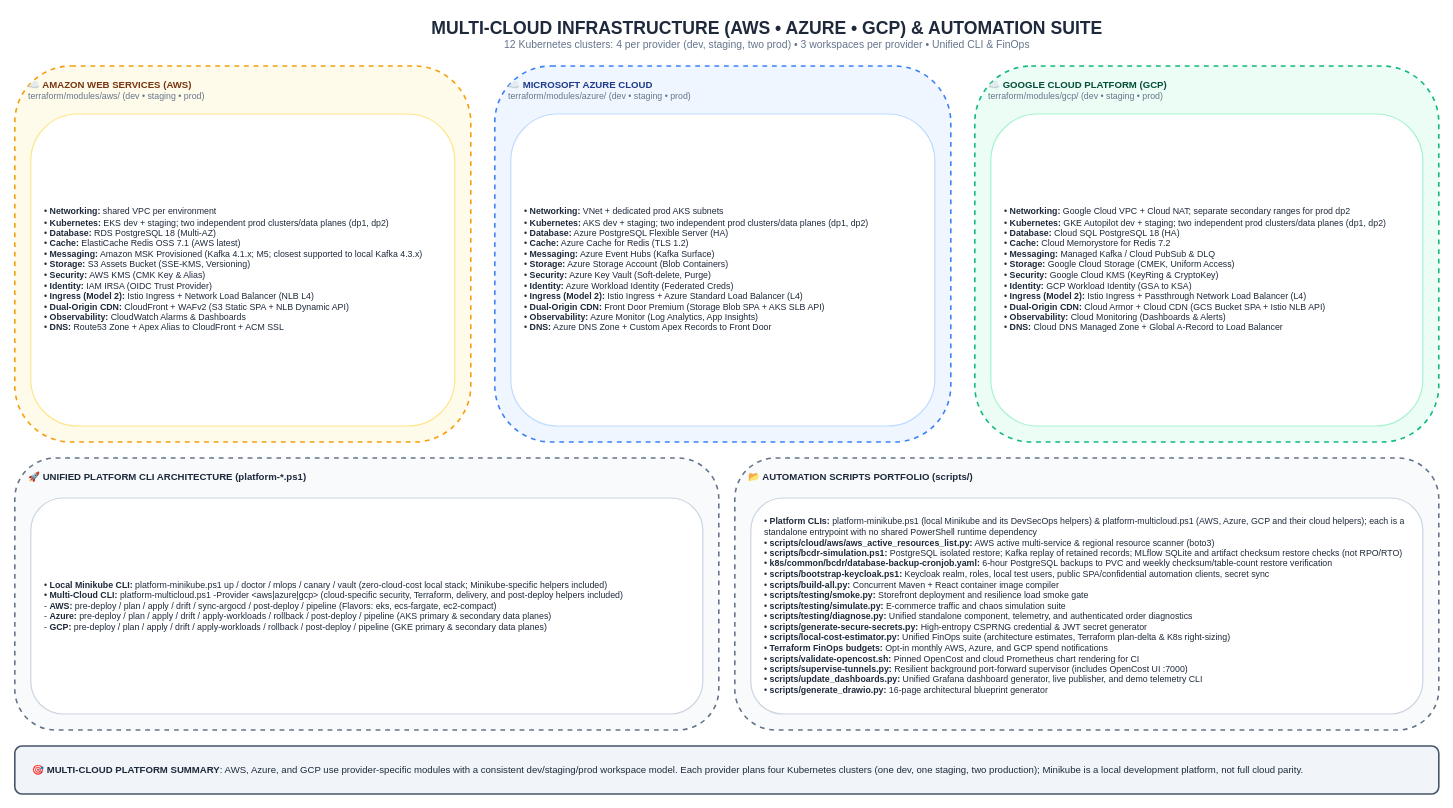
Earlier version of the draw.io diagram page "11. Multi-Cloud IaC & CLI Automation Suite" (11 of 16) of docs/Diagrams.drawio (GeorgeGxx/microservices-architecture). Source tidied: cells renumbered, new cells numbered last; positions are measured from the earlier drawing's top-left corner, leaving out a move shared by most shapes. Both pictures are drawn from the tidied source at 80%, with x=0, y=0 at pixel (14, 14).
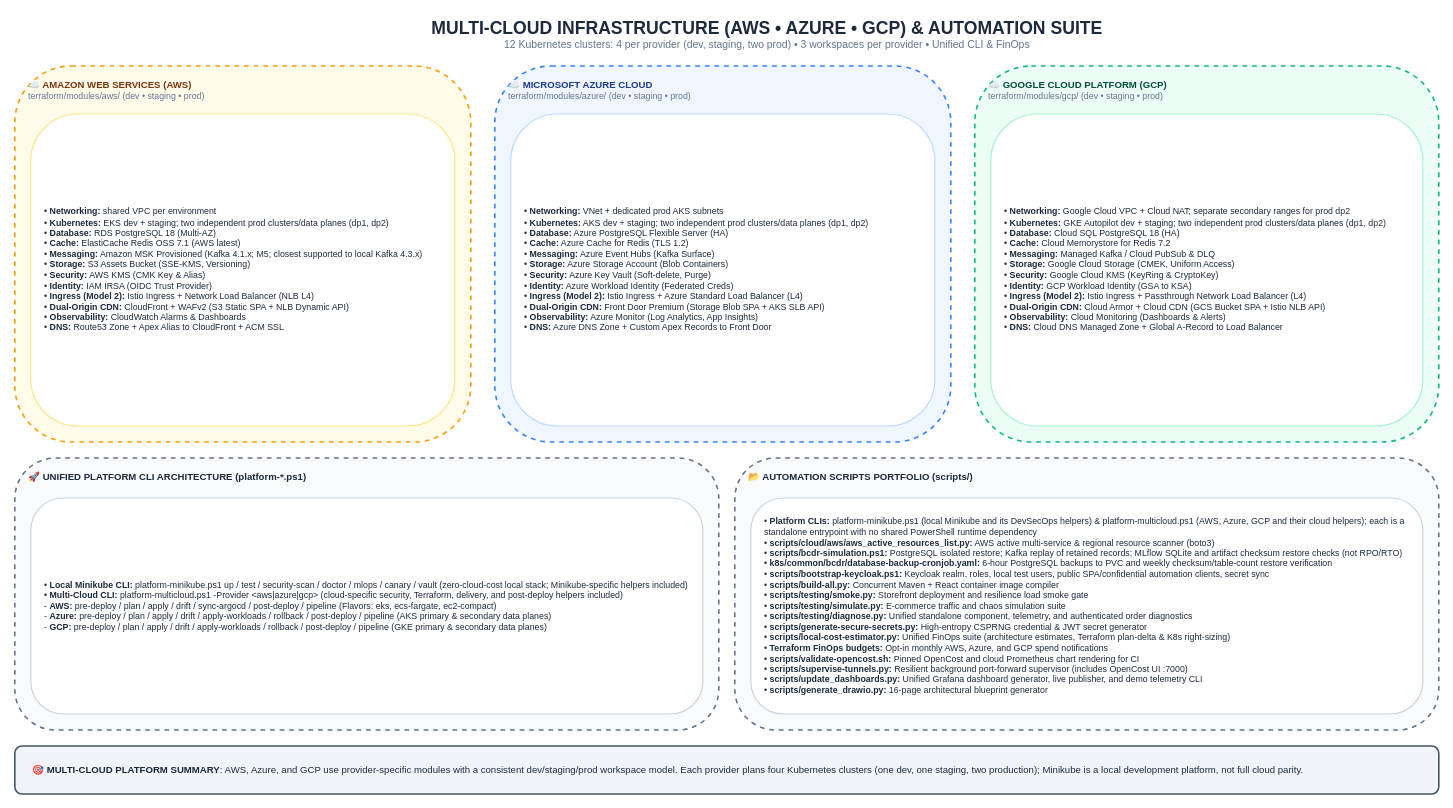
Above is the later version.

Commit message (it also covers changes not shown here):
fix(devsecops): unify gitleaks config, fix CI whitespace, sync docs, drawio and deps

Change to the diagram source:
```diff
@@
 <mxGraphModel>
   <root>
     <mxCell id="0" />
     <mxCell id="1" parent="0" />
     <mxCell id="2" value="&lt;b style='font-size:22px;color:#1E293B;'&gt;MULTI-CLOUD INFRASTRUCTURE (AWS • AZURE • GCP) &amp; AUTOMATION SUITE&lt;/b&gt;&lt;br&gt;&lt;span style='font-size:13px;color:#64748B;'&gt;12 Kubernetes clusters: 4 per provider (dev, staging, two prod) • 3 workspaces per provider • Unified CLI &amp; FinOps&lt;/span&gt;" style="text;html=1;align=center;verticalAlign=middle;rounded=0;" parent="1" vertex="1">
       <mxGeometry x="240" width="1400" height="50" as="geometry" />
     </mxCell>
     <mxCell id="3" value="&lt;b&gt;☁️ AMAZON WEB SERVICES (AWS)&lt;/b&gt;&lt;br&gt;&lt;span style='font-size:11px;color:#64748B;'&gt;terraform/modules/aws/ (dev • staging • prod)&lt;/span&gt;" style="rounded=1;whiteSpace=wrap;html=1;fillColor=#FFFBEB;strokeColor=#F59E0B;strokeWidth=2;verticalAlign=top;align=left;spacingLeft=15;spacingTop=10;fontColor=#78350F;fontSize=12;dashed=1;" parent="1" vertex="1">
       <mxGeometry y="65" width="570" height="470" as="geometry" />
     </mxCell>
     <mxCell id="4" value="• &lt;b&gt;Networking:&lt;/b&gt; shared VPC per environment&lt;br&gt;• &lt;b&gt;Kubernetes:&lt;/b&gt; EKS dev + staging; two independent prod clusters/data planes (dp1, dp2)&lt;br&gt;• &lt;b&gt;Database:&lt;/b&gt; RDS PostgreSQL 18 (Multi-AZ)&lt;br&gt;• &lt;b&gt;Cache:&lt;/b&gt; ElastiCache Redis OSS 7.1 (AWS latest)&lt;br&gt;• &lt;b&gt;Messaging:&lt;/b&gt; Amazon MSK Provisioned (Kafka 4.1.x; M5; closest supported to local Kafka 4.3.x)&lt;br&gt;• &lt;b&gt;Storage:&lt;/b&gt; S3 Assets Bucket (SSE-KMS, Versioning)&lt;br&gt;• &lt;b&gt;Security:&lt;/b&gt; AWS KMS (CMK Key &amp; Alias)&lt;br&gt;• &lt;b&gt;Identity:&lt;/b&gt; IAM IRSA (OIDC Trust Provider)&lt;br&gt;• &lt;b&gt;Ingress (Model 2):&lt;/b&gt; Istio Ingress + Network Load Balancer (NLB L4)&lt;br&gt;• &lt;b&gt;Dual-Origin CDN:&lt;/b&gt; CloudFront + WAFv2 (S3 Static SPA + NLB Dynamic API)&lt;br&gt;• &lt;b&gt;Observability:&lt;/b&gt; CloudWatch Alarms &amp; Dashboards&lt;br&gt;• &lt;b&gt;DNS:&lt;/b&gt; Route53 Zone + Apex Alias to CloudFront + ACM SSL" style="rounded=1;whiteSpace=wrap;html=1;fillColor=#FFFFFF;strokeColor=#FDE68A;strokeWidth=1.5;fontColor=#1E293B;fontSize=11;align=left;spacingLeft=15;" parent="1" vertex="1">
       <mxGeometry x="20" y="125" width="530" height="390" as="geometry" />
     </mxCell>
     <mxCell id="5" value="&lt;b&gt;☁️ MICROSOFT AZURE CLOUD&lt;/b&gt;&lt;br&gt;&lt;span style='font-size:11px;color:#64748B;'&gt;terraform/modules/azure/ (dev • staging • prod)&lt;/span&gt;" style="rounded=1;whiteSpace=wrap;html=1;fillColor=#EFF6FF;strokeColor=#3B82F6;strokeWidth=2;verticalAlign=top;align=left;spacingLeft=15;spacingTop=10;fontColor=#1E3A8A;fontSize=12;dashed=1;" parent="1" vertex="1">
       <mxGeometry x="600" y="65" width="570" height="470" as="geometry" />
     </mxCell>
     <mxCell id="6" value="• &lt;b&gt;Networking:&lt;/b&gt; VNet + dedicated prod AKS subnets&lt;br&gt;• &lt;b&gt;Kubernetes:&lt;/b&gt; AKS dev + staging; two independent prod clusters/data planes (dp1, dp2)&lt;br&gt;• &lt;b&gt;Database:&lt;/b&gt; Azure PostgreSQL Flexible Server (HA)&lt;br&gt;• &lt;b&gt;Cache:&lt;/b&gt; Azure Cache for Redis (TLS 1.2)&lt;br&gt;• &lt;b&gt;Messaging:&lt;/b&gt; Azure Event Hubs (Kafka Surface)&lt;br&gt;• &lt;b&gt;Storage:&lt;/b&gt; Azure Storage Account (Blob Containers)&lt;br&gt;• &lt;b&gt;Security:&lt;/b&gt; Azure Key Vault (Soft-delete, Purge)&lt;br&gt;• &lt;b&gt;Identity:&lt;/b&gt; Azure Workload Identity (Federated Creds)&lt;br&gt;• &lt;b&gt;Ingress (Model 2):&lt;/b&gt; Istio Ingress + Azure Standard Load Balancer (L4)&lt;br&gt;• &lt;b&gt;Dual-Origin CDN:&lt;/b&gt; Front Door Premium (Storage Blob SPA + AKS SLB API)&lt;br&gt;• &lt;b&gt;Observability:&lt;/b&gt; Azure Monitor (Log Analytics, App Insights)&lt;br&gt;• &lt;b&gt;DNS:&lt;/b&gt; Azure DNS Zone + Custom Apex Records to Front Door" style="rounded=1;whiteSpace=wrap;html=1;fillColor=#FFFFFF;strokeColor=#BFDBFE;strokeWidth=1.5;fontColor=#1E293B;fontSize=11;align=left;spacingLeft=15;" parent="1" vertex="1">
       <mxGeometry x="620" y="125" width="530" height="390" as="geometry" />
     </mxCell>
     <mxCell id="7" value="&lt;b&gt;☁️ GOOGLE CLOUD PLATFORM (GCP)&lt;/b&gt;&lt;br&gt;&lt;span style='font-size:11px;color:#64748B;'&gt;terraform/modules/gcp/ (dev • staging • prod)&lt;/span&gt;" style="rounded=1;whiteSpace=wrap;html=1;fillColor=#ECFDF5;strokeColor=#10B981;strokeWidth=2;verticalAlign=top;align=left;spacingLeft=15;spacingTop=10;fontColor=#064E3B;fontSize=12;dashed=1;" parent="1" vertex="1">
       <mxGeometry x="1200" y="65" width="580" height="470" as="geometry" />
     </mxCell>
     <mxCell id="8" value="• &lt;b&gt;Networking:&lt;/b&gt; Google Cloud VPC + Cloud NAT; separate secondary ranges for prod dp2&lt;br&gt;• &lt;b&gt;Kubernetes:&lt;/b&gt; GKE Autopilot dev + staging; two independent prod clusters/data planes (dp1, dp2)&lt;br&gt;• &lt;b&gt;Database:&lt;/b&gt; Cloud SQL PostgreSQL 18 (HA)&lt;br&gt;• &lt;b&gt;Cache:&lt;/b&gt; Cloud Memorystore for Redis 7.2&lt;br&gt;• &lt;b&gt;Messaging:&lt;/b&gt; Managed Kafka / Cloud PubSub &amp; DLQ&lt;br&gt;• &lt;b&gt;Storage:&lt;/b&gt; Google Cloud Storage (CMEK, Uniform Access)&lt;br&gt;• &lt;b&gt;Security:&lt;/b&gt; Google Cloud KMS (KeyRing &amp; CryptoKey)&lt;br&gt;• &lt;b&gt;Identity:&lt;/b&gt; GCP Workload Identity (GSA to KSA)&lt;br&gt;• &lt;b&gt;Ingress (Model 2):&lt;/b&gt; Istio Ingress + Passthrough Network Load Balancer (L4)&lt;br&gt;• &lt;b&gt;Dual-Origin CDN:&lt;/b&gt; Cloud Armor + Cloud CDN (GCS Bucket SPA + Istio NLB API)&lt;br&gt;• &lt;b&gt;Observability:&lt;/b&gt; Cloud Monitoring (Dashboards &amp; Alerts)&lt;br&gt;• &lt;b&gt;DNS:&lt;/b&gt; Cloud DNS Managed Zone + Global A-Record to Load Balancer" style="rounded=1;whiteSpace=wrap;html=1;fillColor=#FFFFFF;strokeColor=#A7F3D0;strokeWidth=1.5;fontColor=#1E293B;fontSize=11;align=left;spacingLeft=15;" parent="1" vertex="1">
       <mxGeometry x="1220" y="125" width="540" height="390" as="geometry" />
     </mxCell>
     <mxCell id="9" value="&lt;b&gt;🚀 UNIFIED PLATFORM CLI ARCHITECTURE (platform-*.ps1)&lt;/b&gt;" style="rounded=1;whiteSpace=wrap;html=1;fillColor=#F8FAFC;strokeColor=#64748B;strokeWidth=2;verticalAlign=top;align=left;spacingLeft=15;spacingTop=10;fontColor=#1E293B;fontSize=12;dashed=1;" parent="1" vertex="1">
       <mxGeometry y="555" width="880" height="340" as="geometry" />
     </mxCell>
-    <mxCell id="10" value="• &lt;b&gt;Local Minikube CLI:&lt;/b&gt; platform-minikube.ps1 up / doctor / mlops / canary / vault (zero-cloud-cost local stack; Minikube-specific helpers included)&lt;br&gt;• &lt;b&gt;Multi-Cloud CLI:&lt;/b&gt; platform-multicloud.ps1 -Provider &amp;lt;aws|azure|gcp&amp;gt; (cloud-specific security, Terraform, delivery, and post-deploy helpers included)&lt;br&gt;  - &lt;b&gt;AWS:&lt;/b&gt; pre-deploy / plan / apply / drift / sync-argocd / post-deploy / pipeline (Flavors: eks, ecs-fargate, ec2-compact)&lt;br&gt;  - &lt;b&gt;Azure:&lt;/b&gt; pre-deploy / plan / apply / drift / apply-workloads / rollback / post-deploy / pipeline (AKS primary &amp; secondary data planes)&lt;br&gt;  - &lt;b&gt;GCP:&lt;/b&gt; pre-deploy / plan / apply / drift / apply-workloads / rollback / post-deploy / pipeline (GKE primary &amp; secondary data planes)" style="rounded=1;whiteSpace=wrap;html=1;fillColor=#FFFFFF;strokeColor=#CBD5E1;strokeWidth=1.5;fontColor=#1E293B;fontSize=11;align=left;spacingLeft=15;" parent="1" vertex="1">
+    <mxCell id="10" value="• &lt;b&gt;Local Minikube CLI:&lt;/b&gt; platform-minikube.ps1 up / test / security-scan / doctor / mlops / canary / vault (zero-cloud-cost local stack; Minikube-specific helpers included)&lt;br&gt;• &lt;b&gt;Multi-Cloud CLI:&lt;/b&gt; platform-multicloud.ps1 -Provider &amp;lt;aws|azure|gcp&amp;gt; (cloud-specific security, Terraform, delivery, and post-deploy helpers included)&lt;br&gt;  - &lt;b&gt;AWS:&lt;/b&gt; pre-deploy / plan / apply / drift / sync-argocd / post-deploy / pipeline (Flavors: eks, ecs-fargate, ec2-compact)&lt;br&gt;  - &lt;b&gt;Azure:&lt;/b&gt; pre-deploy / plan / apply / drift / apply-workloads / rollback / post-deploy / pipeline (AKS primary &amp; secondary data planes)&lt;br&gt;  - &lt;b&gt;GCP:&lt;/b&gt; pre-deploy / plan / apply / drift / apply-workloads / rollback / post-deploy / pipeline (GKE primary &amp; secondary data planes)" style="rounded=1;whiteSpace=wrap;html=1;fillColor=#FFFFFF;strokeColor=#CBD5E1;strokeWidth=1.5;fontColor=#1E293B;fontSize=11;align=left;spacingLeft=15;" parent="1" vertex="1">
       <mxGeometry x="20" y="605" width="840" height="270" as="geometry" />
     </mxCell>
     <mxCell id="11" value="&lt;b&gt;📂 AUTOMATION SCRIPTS PORTFOLIO (scripts/)&lt;/b&gt;" style="rounded=1;whiteSpace=wrap;html=1;fillColor=#F8FAFC;strokeColor=#64748B;strokeWidth=2;verticalAlign=top;align=left;spacingLeft=15;spacingTop=10;fontColor=#1E293B;fontSize=12;dashed=1;" parent="1" vertex="1">
       <mxGeometry x="900" y="555" width="880" height="340" as="geometry" />
     </mxCell>
     <mxCell id="12" value="• &lt;b&gt;Platform CLIs:&lt;/b&gt; platform-minikube.ps1 (local Minikube and its DevSecOps helpers) &amp; platform-multicloud.ps1 (AWS, Azure, GCP and their cloud helpers); each is a standalone entrypoint with no shared PowerShell runtime dependency&lt;br&gt;• &lt;b&gt;scripts/cloud/aws/aws_active_resources_list.py:&lt;/b&gt; AWS active multi-service &amp; regional resource scanner (boto3)&lt;br&gt;• &lt;b&gt;scripts/bcdr-simulation.ps1:&lt;/b&gt; PostgreSQL isolated restore; Kafka replay of retained records; MLflow SQLite and artifact checksum restore checks (not RPO/RTO)&lt;br&gt;• &lt;b&gt;k8s/common/bcdr/database-backup-cronjob.yaml:&lt;/b&gt; 6-hour PostgreSQL backups to PVC and weekly checksum/table-count restore verification&lt;br&gt;• &lt;b&gt;scripts/bootstrap-keycloak.ps1:&lt;/b&gt; Keycloak realm, roles, local test users, public SPA/confidential automation clients, secret sync&lt;br&gt;• &lt;b&gt;scripts/build-all.py:&lt;/b&gt; Concurrent Maven + React container image compiler&lt;br&gt;• &lt;b&gt;scripts/testing/smoke.py:&lt;/b&gt; Storefront deployment and resilience load smoke gate&lt;br&gt;• &lt;b&gt;scripts/testing/simulate.py:&lt;/b&gt; E-commerce traffic and chaos simulation suite&lt;br&gt;• &lt;b&gt;scripts/testing/diagnose.py:&lt;/b&gt; Unified standalone component, telemetry, and authenticated order diagnostics&lt;br&gt;• &lt;b&gt;scripts/generate-secure-secrets.py:&lt;/b&gt; High-entropy CSPRNG credential &amp; JWT secret generator&lt;br&gt;• &lt;b&gt;scripts/local-cost-estimator.py:&lt;/b&gt; Unified FinOps suite (architecture estimates, Terraform plan-delta &amp; K8s right-sizing)&lt;br&gt;• &lt;b&gt;Terraform FinOps budgets:&lt;/b&gt; Opt-in monthly AWS, Azure, and GCP spend notifications&lt;br&gt;• &lt;b&gt;scripts/validate-opencost.sh:&lt;/b&gt; Pinned OpenCost and cloud Prometheus chart rendering for CI&lt;br&gt;• &lt;b&gt;scripts/supervise-tunnels.py:&lt;/b&gt; Resilient background port-forward supervisor (includes OpenCost UI :7000)&lt;br&gt;• &lt;b&gt;scripts/update_dashboards.py:&lt;/b&gt; Unified Grafana dashboard generator, live publisher, and demo telemetry CLI&lt;br&gt;• &lt;b&gt;scripts/generate_drawio.py:&lt;/b&gt; 16-page architectural blueprint generator" style="rounded=1;whiteSpace=wrap;html=1;fillColor=#FFFFFF;strokeColor=#CBD5E1;strokeWidth=1.5;fontColor=#1E293B;fontSize=11;align=left;spacingLeft=15;" parent="1" vertex="1">
       <mxGeometry x="920" y="605" width="840" height="270" as="geometry" />
     </mxCell>
     <mxCell id="13" value="&lt;b&gt;🎯 MULTI-CLOUD PLATFORM SUMMARY&lt;/b&gt;: AWS, Azure, and GCP use provider-specific modules with a consistent dev/staging/prod workspace model. Each provider plans four Kubernetes clusters (one dev, one staging, two production); Minikube is a local development platform, not full cloud parity." style="rounded=1;whiteSpace=wrap;html=1;fillColor=#F1F5F9;strokeColor=#475569;strokeWidth=2;fontColor=#1E293B;fontSize=12;align=left;spacingLeft=20;" parent="1" vertex="1">
       <mxGeometry y="915" width="1780" height="60" as="geometry" />
     </mxCell>
   </root>
 </mxGraphModel>
```
